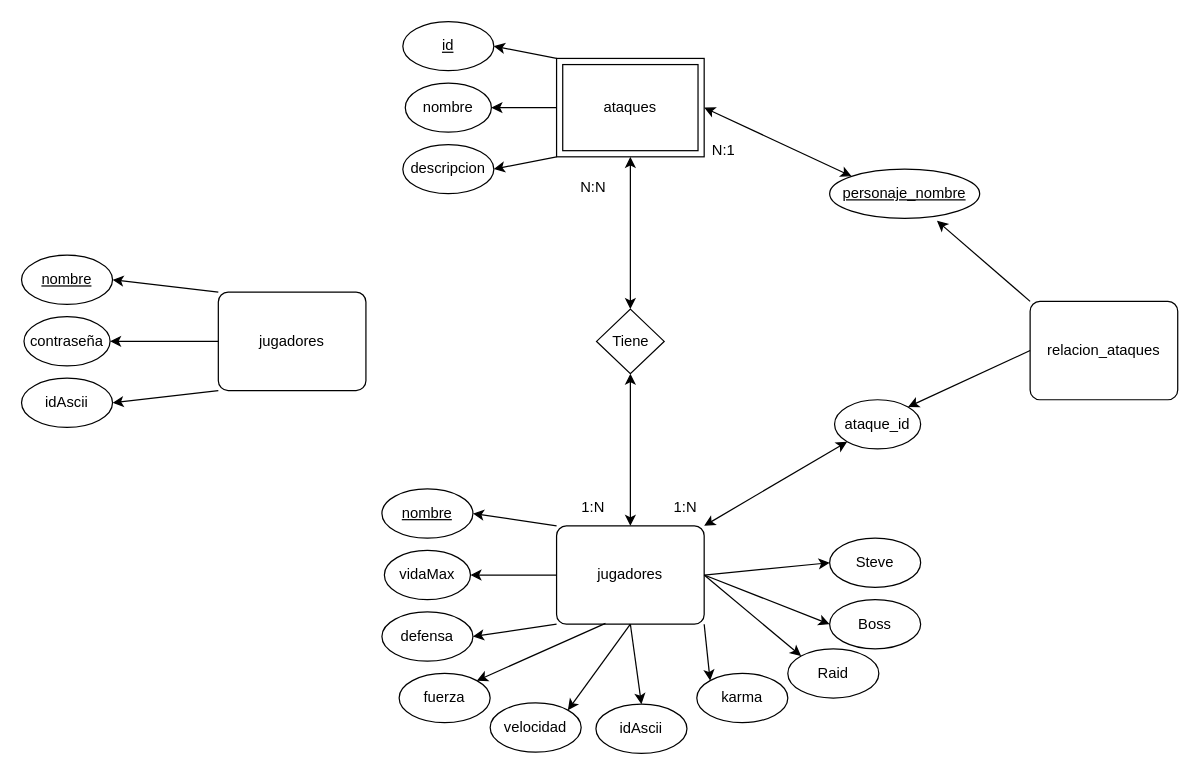
Above: ER.drawio in Pelenior/F.R.A.N.-FreeRandomAssNewgame- (draw.io), before the change. Source tidied: cells renumbered, new cells numbered last; positions are measured from the earlier drawing's top-left corner, leaving out a move shared by most shapes. Both pictures are drawn from the tidied source at 123%, with x=0, y=0 at pixel (21, 21).
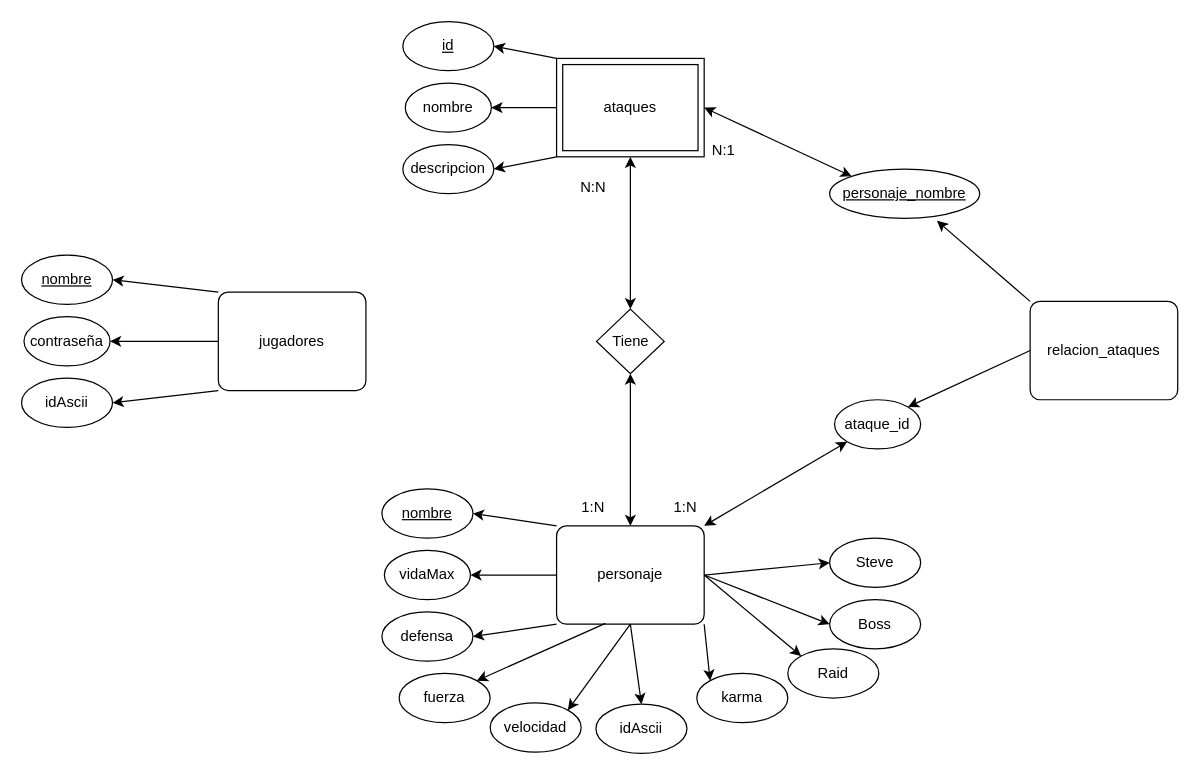
The same page after the edit.

Commit message:
Version final del diagrama

What changed in the source:
```diff
@@
-    <mxCell id="16" value="jugadores" style="rounded=1;arcSize=10;whiteSpace=wrap;html=1;" parent="1" vertex="1">
+    <mxCell id="16" value="personaje" style="rounded=1;arcSize=10;whiteSpace=wrap;html=1;" parent="1" vertex="1">
       <mxGeometry x="435" y="410" width="120" height="80" as="geometry" />
     </mxCell>
```
